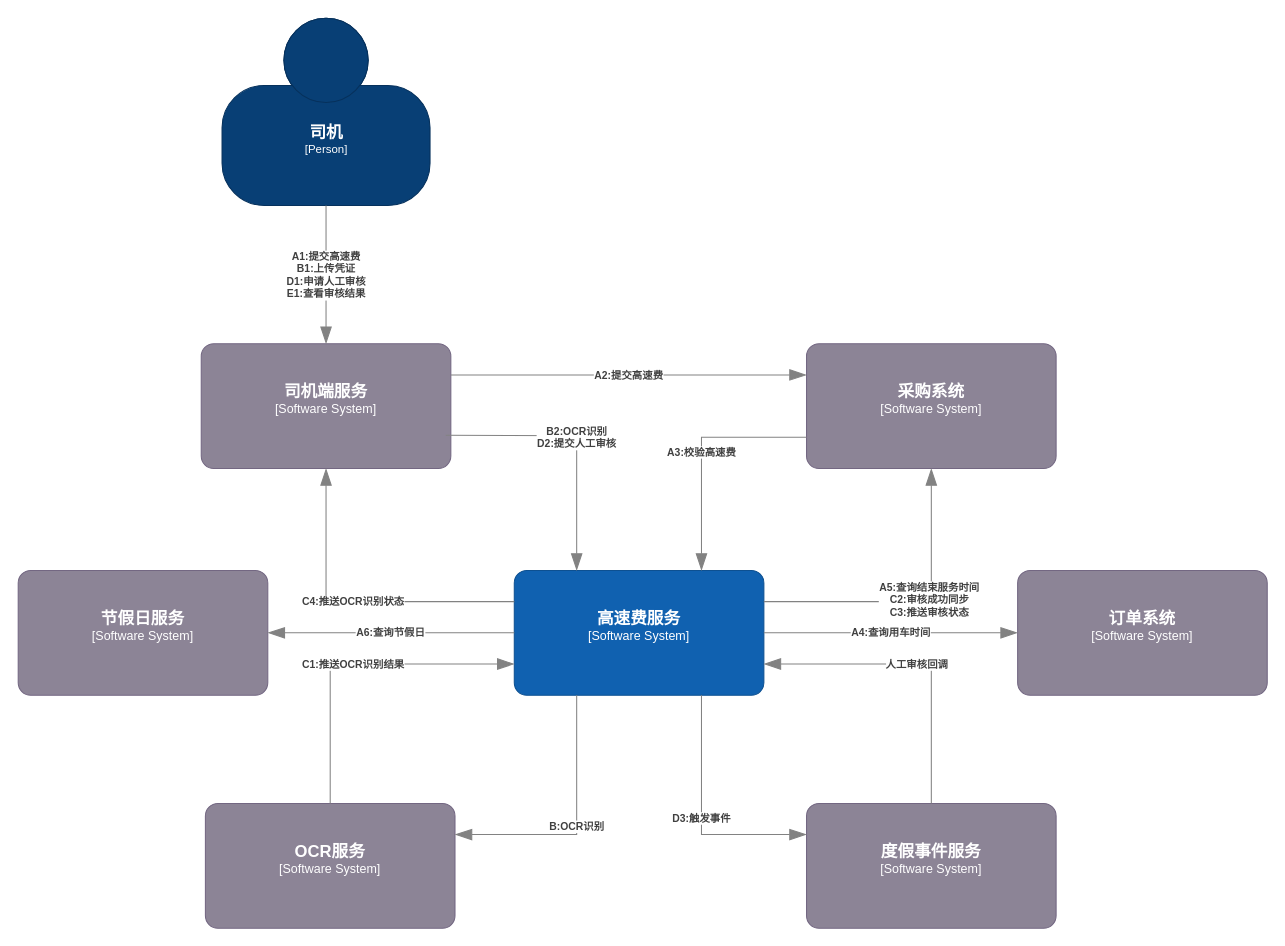
This is page "高速费-上下文图" (3 of 5) of 地图服务-现状.drawio from miareko/c4-diagram, a draw.io file, before an edit. Source tidied: cells renumbered, new cells numbered last; positions are measured from the earlier drawing's top-left corner, leaving out a move shared by most shapes. Both pictures are drawn from the tidied source at 104%, with x=0, y=0 at pixel (18, 18).
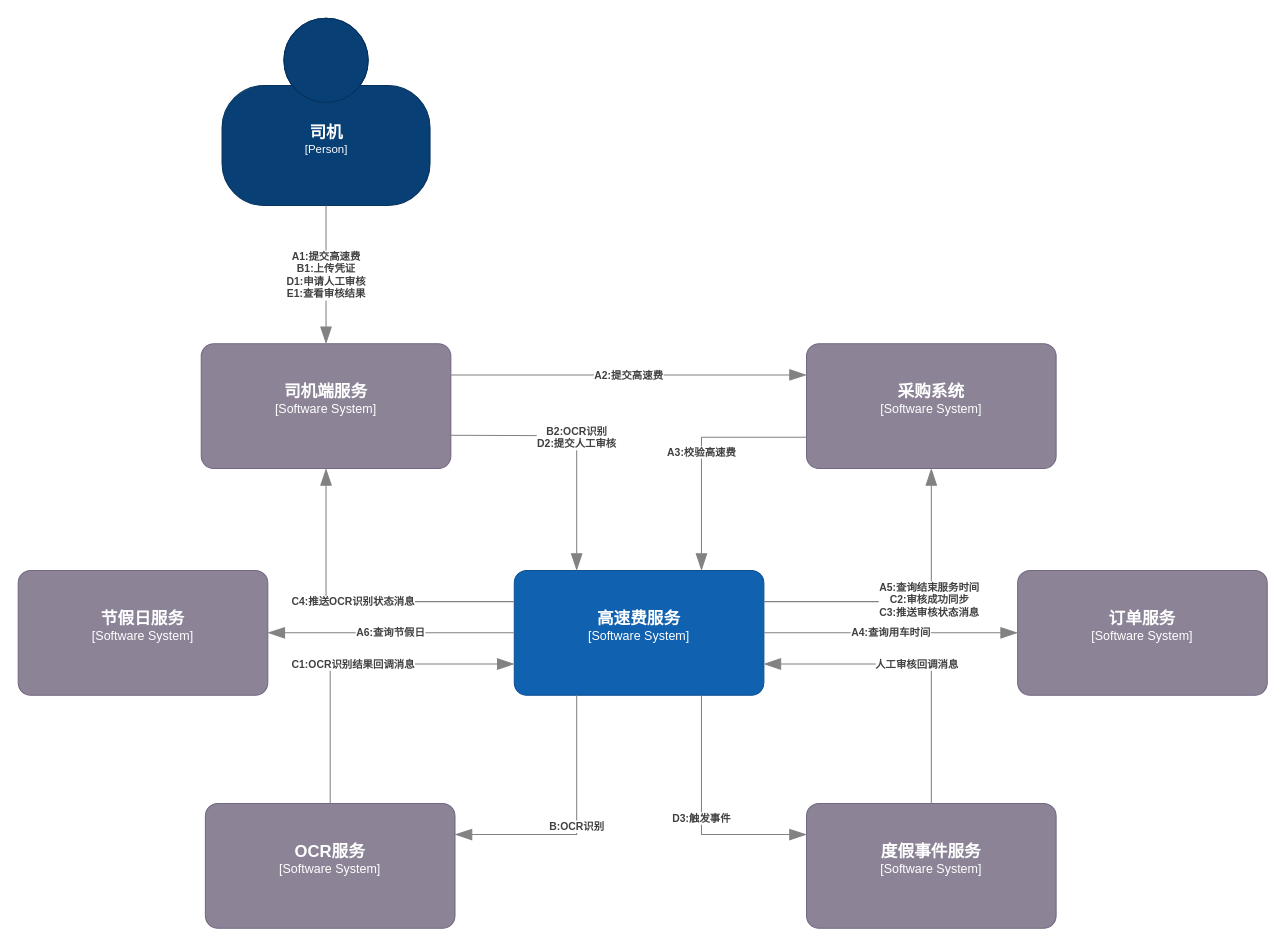
Above is the later version.

Unchanged cells that the change refers to:
```xml
<object id="3" label="&lt;font style=&quot;font-size: 16px&quot;&gt;&lt;b&gt;%c4Name%&lt;/b&gt;&lt;/font&gt;&lt;div&gt;[%c4Type%]&lt;/div&gt;&lt;br&gt;&lt;div&gt;&lt;font style=&quot;font-size: 11px&quot;&gt;&lt;font color=&quot;#cccccc&quot;&gt;%c4Description%&lt;/font&gt;&lt;/div&gt;" c4Description="" c4Name="高速费服务" c4Type="Software System" placeholders="1">
  <mxCell style="rounded=1;whiteSpace=wrap;html=1;labelBackgroundColor=none;fillColor=#1061B0;fontColor=#ffffff;align=center;arcSize=10;strokeColor=#0D5091;points=[[0.25,0,0],[0.5,0,0],[0.75,0,0],[1,0.25,0],[1,0.5,0],[1,0.75,0],[0.75,1,0],[0.5,1,0],[0.25,1,0],[0,0.75,0],[0,0.5,0],[0,0.25,0]];" parent="1" vertex="1">
    <mxGeometry x="477" y="531" width="240" height="120" as="geometry" />
  </mxCell>
</object>
<object id="4" label="&lt;font style=&quot;font-size: 16px&quot;&gt;&lt;b&gt;%c4Name%&lt;/b&gt;&lt;/font&gt;&lt;div&gt;[%c4Type%]&lt;/div&gt;&lt;br&gt;&lt;div&gt;&lt;font style=&quot;font-size: 11px&quot;&gt;&lt;font color=&quot;#cccccc&quot;&gt;%c4Description%&lt;/font&gt;&lt;/div&gt;" c4Description="" c4Name="司机端服务" c4Type="Software System" placeholders="1">
  <mxCell style="rounded=1;whiteSpace=wrap;html=1;labelBackgroundColor=none;fillColor=#8C8496;fontColor=#ffffff;align=center;arcSize=10;strokeColor=#736782;points=[[0.25,0,0],[0.5,0,0],[0.75,0,0],[1,0.25,0],[1,0.5,0],[1,0.75,0],[0.75,1,0],[0.5,1,0],[0.25,1,0],[0,0.75,0],[0,0.5,0],[0,0.25,0]];" parent="1" vertex="1">
    <mxGeometry x="176" y="313" width="240" height="120" as="geometry" />
  </mxCell>
</object>
<object id="5" label="&lt;font style=&quot;font-size: 16px&quot;&gt;&lt;b&gt;%c4Name%&lt;/b&gt;&lt;/font&gt;&lt;div&gt;[%c4Type%]&lt;/div&gt;&lt;br&gt;&lt;div&gt;&lt;font style=&quot;font-size: 11px&quot;&gt;&lt;font color=&quot;#cccccc&quot;&gt;%c4Description%&lt;/font&gt;&lt;/div&gt;" c4Description="" c4Name="采购系统" c4Type="Software System" placeholders="1">
  <mxCell style="rounded=1;whiteSpace=wrap;html=1;labelBackgroundColor=none;fillColor=#8C8496;fontColor=#ffffff;align=center;arcSize=10;strokeColor=#736782;points=[[0.25,0,0],[0.5,0,0],[0.75,0,0],[1,0.25,0],[1,0.5,0],[1,0.75,0],[0.75,1,0],[0.5,1,0],[0.25,1,0],[0,0.75,0],[0,0.5,0],[0,0.25,0]];" parent="1" vertex="1">
    <mxGeometry x="758" y="313" width="240" height="120" as="geometry" />
  </mxCell>
</object>
<object id="6" label="&lt;font style=&quot;font-size: 16px&quot;&gt;&lt;b&gt;%c4Name%&lt;/b&gt;&lt;/font&gt;&lt;div&gt;[%c4Type%]&lt;/div&gt;&lt;br&gt;&lt;div&gt;&lt;font style=&quot;font-size: 11px&quot;&gt;&lt;font color=&quot;#cccccc&quot;&gt;%c4Description%&lt;/font&gt;&lt;/div&gt;" c4Description="" c4Name="OCR服务" c4Type="Software System" placeholders="1">
  <mxCell style="rounded=1;whiteSpace=wrap;html=1;labelBackgroundColor=none;fillColor=#8C8496;fontColor=#ffffff;align=center;arcSize=10;strokeColor=#736782;points=[[0.25,0,0],[0.5,0,0],[0.75,0,0],[1,0.25,0],[1,0.5,0],[1,0.75,0],[0.75,1,0],[0.5,1,0],[0.25,1,0],[0,0.75,0],[0,0.5,0],[0,0.25,0]];" parent="1" vertex="1">
    <mxGeometry x="180" y="755" width="240" height="120" as="geometry" />
  </mxCell>
</object>
<object id="15" label="&lt;font style=&quot;font-size: 16px&quot;&gt;&lt;b&gt;%c4Name%&lt;/b&gt;&lt;/font&gt;&lt;div&gt;[%c4Type%]&lt;/div&gt;&lt;br&gt;&lt;div&gt;&lt;font style=&quot;font-size: 11px&quot;&gt;&lt;font color=&quot;#cccccc&quot;&gt;%c4Description%&lt;/font&gt;&lt;/div&gt;" c4Description="" c4Name="度假事件服务" c4Type="Software System" placeholders="1">
  <mxCell style="rounded=1;whiteSpace=wrap;html=1;labelBackgroundColor=none;fillColor=#8C8496;fontColor=#ffffff;align=center;arcSize=10;strokeColor=#736782;points=[[0.25,0,0],[0.5,0,0],[0.75,0,0],[1,0.25,0],[1,0.5,0],[1,0.75,0],[0.75,1,0],[0.5,1,0],[0.25,1,0],[0,0.75,0],[0,0.5,0],[0,0.25,0]];" parent="1" vertex="1">
    <mxGeometry x="758" y="755" width="240" height="120" as="geometry" />
  </mxCell>
</object>
```

What changed in the source:
```diff
@@
-    <object id="11" label="&lt;div style=&quot;text-align: left&quot;&gt;&lt;div style=&quot;text-align: center&quot;&gt;&lt;b&gt;%c4Description%&lt;/b&gt;&lt;/div&gt;" c4Description="A5:查询结束服务时间&#10;C2:审核成功同步&#10;C3:推送审核状态" placeholders="1">
+    <object id="11" label="&lt;div style=&quot;text-align: left&quot;&gt;&lt;div style=&quot;text-align: center&quot;&gt;&lt;b&gt;%c4Description%&lt;/b&gt;&lt;/div&gt;" c4Description="A5:查询结束服务时间&#10;C2:审核成功同步&#10;C3:推送审核状态消息" placeholders="1">
       <mxCell style="endArrow=blockThin;html=1;fontSize=10;fontColor=#404040;strokeWidth=1;endFill=1;strokeColor=#828282;elbow=vertical;endSize=14;startSize=14;jumpStyle=arc;jumpSize=16;rounded=0;edgeStyle=orthogonalEdgeStyle;exitX=1;exitY=0.25;exitDx=0;exitDy=0;exitPerimeter=0;" parent="1" edge="1" source="3" target="5">
         <mxGeometry x="0.1" y="2" relative="1" as="geometry" />
       </mxCell>
     </object>
-    <object id="12" label="&lt;div style=&quot;text-align: left&quot;&gt;&lt;div style=&quot;text-align: center&quot;&gt;&lt;b&gt;%c4Description%&lt;/b&gt;&lt;/div&gt;" c4Description="C1:推送OCR识别结果" placeholders="1">
+    <object id="12" label="&lt;div style=&quot;text-align: left&quot;&gt;&lt;div style=&quot;text-align: center&quot;&gt;&lt;b&gt;%c4Description%&lt;/b&gt;&lt;/div&gt;" c4Description="C1:OCR识别结果回调消息" placeholders="1">
       <mxCell style="endArrow=blockThin;html=1;fontSize=10;fontColor=#404040;strokeWidth=1;endFill=1;strokeColor=#828282;elbow=vertical;endSize=14;startSize=14;jumpStyle=arc;jumpSize=16;rounded=0;edgeStyle=orthogonalEdgeStyle;exitX=0.5;exitY=0;exitDx=0;exitDy=0;exitPerimeter=0;entryX=0;entryY=0.75;entryDx=0;entryDy=0;entryPerimeter=0;" parent="1" edge="1" source="6" target="3">
         <mxGeometry relative="1" as="geometry" />
       </mxCell>
     </object>
-    <object id="13" label="&lt;div style=&quot;text-align: left&quot;&gt;&lt;div style=&quot;text-align: center&quot;&gt;&lt;b&gt;%c4Description%&lt;/b&gt;&lt;/div&gt;" c4Description="C4:推送OCR识别状态" placeholders="1">
+    <object id="13" label="&lt;div style=&quot;text-align: left&quot;&gt;&lt;div style=&quot;text-align: center&quot;&gt;&lt;b&gt;%c4Description%&lt;/b&gt;&lt;/div&gt;" c4Description="C4:推送OCR识别状态消息" placeholders="1">
       <mxCell style="endArrow=blockThin;html=1;fontSize=10;fontColor=#404040;strokeWidth=1;endFill=1;strokeColor=#828282;elbow=vertical;endSize=14;startSize=14;jumpStyle=arc;jumpSize=16;rounded=0;edgeStyle=orthogonalEdgeStyle;exitX=0;exitY=0.25;exitDx=0;exitDy=0;exitPerimeter=0;entryX=0.5;entryY=1;entryDx=0;entryDy=0;entryPerimeter=0;" parent="1" edge="1" source="3" target="4">
         <mxGeometry relative="1" as="geometry">
           <Array as="points">
             <mxPoint x="296" y="561" />
           </Array>
         </mxGeometry>
       </mxCell>
     </object>
@@
-    <object id="17" label="&lt;div style=&quot;text-align: left&quot;&gt;&lt;div style=&quot;text-align: center&quot;&gt;&lt;b&gt;%c4Description%&lt;/b&gt;&lt;/div&gt;" c4Description="人工审核回调" placeholders="1">
+    <object id="17" label="&lt;div style=&quot;text-align: left&quot;&gt;&lt;div style=&quot;text-align: center&quot;&gt;&lt;b&gt;%c4Description%&lt;/b&gt;&lt;/div&gt;" c4Description="人工审核回调消息" placeholders="1">
       <mxCell style="endArrow=blockThin;html=1;fontSize=10;fontColor=#404040;strokeWidth=1;endFill=1;strokeColor=#828282;elbow=vertical;endSize=14;startSize=14;jumpStyle=arc;jumpSize=16;rounded=0;edgeStyle=orthogonalEdgeStyle;exitX=0.5;exitY=0;exitDx=0;exitDy=0;exitPerimeter=0;entryX=1;entryY=0.75;entryDx=0;entryDy=0;entryPerimeter=0;" parent="1" edge="1" source="15" target="3">
         <mxGeometry relative="1" as="geometry" />
       </mxCell>
     </object>
-    <object id="18" label="&lt;font style=&quot;font-size: 16px&quot;&gt;&lt;b&gt;%c4Name%&lt;/b&gt;&lt;/font&gt;&lt;div&gt;[%c4Type%]&lt;/div&gt;&lt;br&gt;&lt;div&gt;&lt;font style=&quot;font-size: 11px&quot;&gt;&lt;font color=&quot;#cccccc&quot;&gt;%c4Description%&lt;/font&gt;&lt;/div&gt;" c4Description="" c4Name="订单系统" c4Type="Software System" placeholders="1">
+    <object id="18" label="&lt;font style=&quot;font-size: 16px&quot;&gt;&lt;b&gt;%c4Name%&lt;/b&gt;&lt;/font&gt;&lt;div&gt;[%c4Type%]&lt;/div&gt;&lt;br&gt;&lt;div&gt;&lt;font style=&quot;font-size: 11px&quot;&gt;&lt;font color=&quot;#cccccc&quot;&gt;%c4Description%&lt;/font&gt;&lt;/div&gt;" c4Description="" c4Name="订单服务" c4Type="Software System" placeholders="1">
       <mxCell style="rounded=1;whiteSpace=wrap;html=1;labelBackgroundColor=none;fillColor=#8C8496;fontColor=#ffffff;align=center;arcSize=10;strokeColor=#736782;points=[[0.25,0,0],[0.5,0,0],[0.75,0,0],[1,0.25,0],[1,0.5,0],[1,0.75,0],[0.75,1,0],[0.5,1,0],[0.25,1,0],[0,0.75,0],[0,0.5,0],[0,0.25,0]];" parent="1" vertex="1">
         <mxGeometry x="961" y="531" width="240" height="120" as="geometry" />
       </mxCell>
     </object>
```
